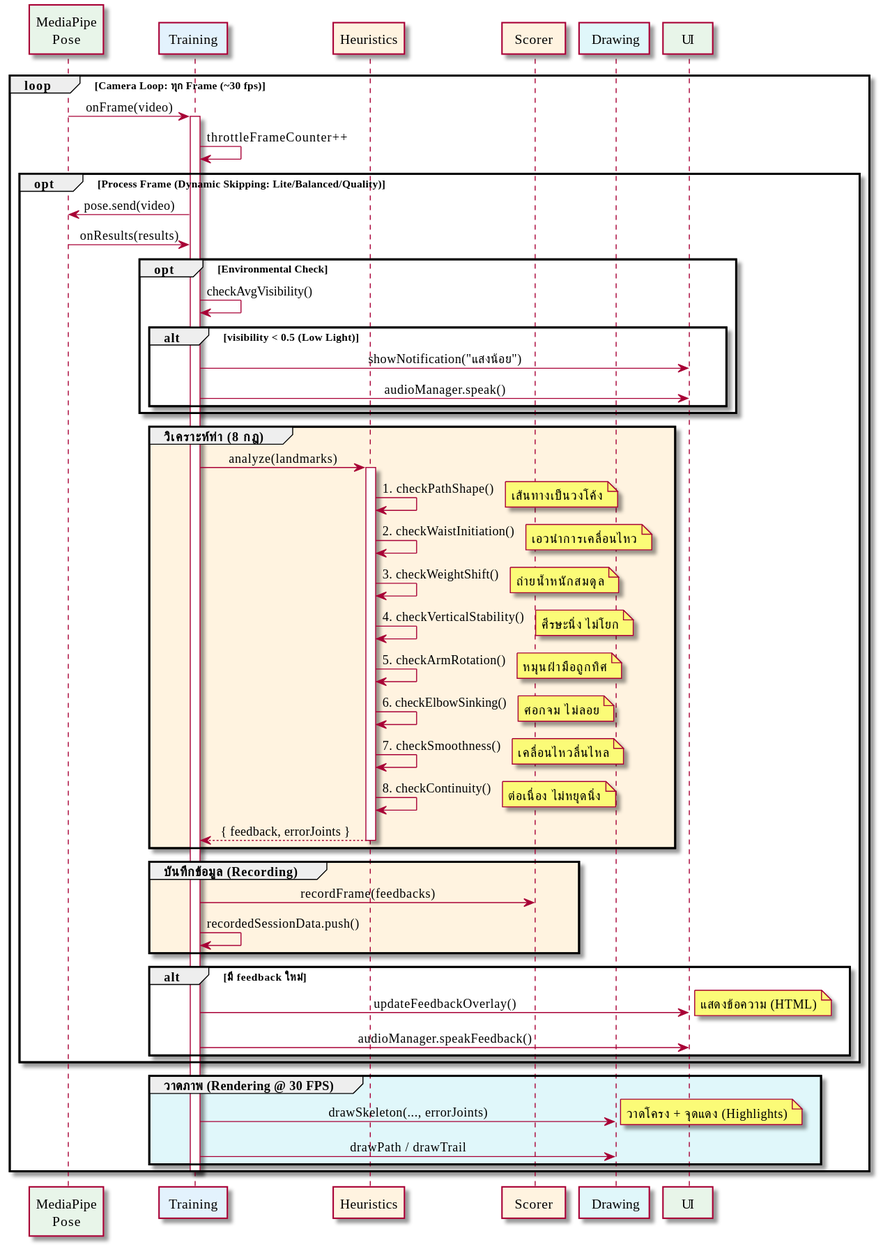
Earlier version of the PlantUML export out/docs/diagrams/SequenceDiagram_RealtimeAnalysis/SequenceDiagram_RealtimeAnalysis.svg (vyut/TaijiFlow).
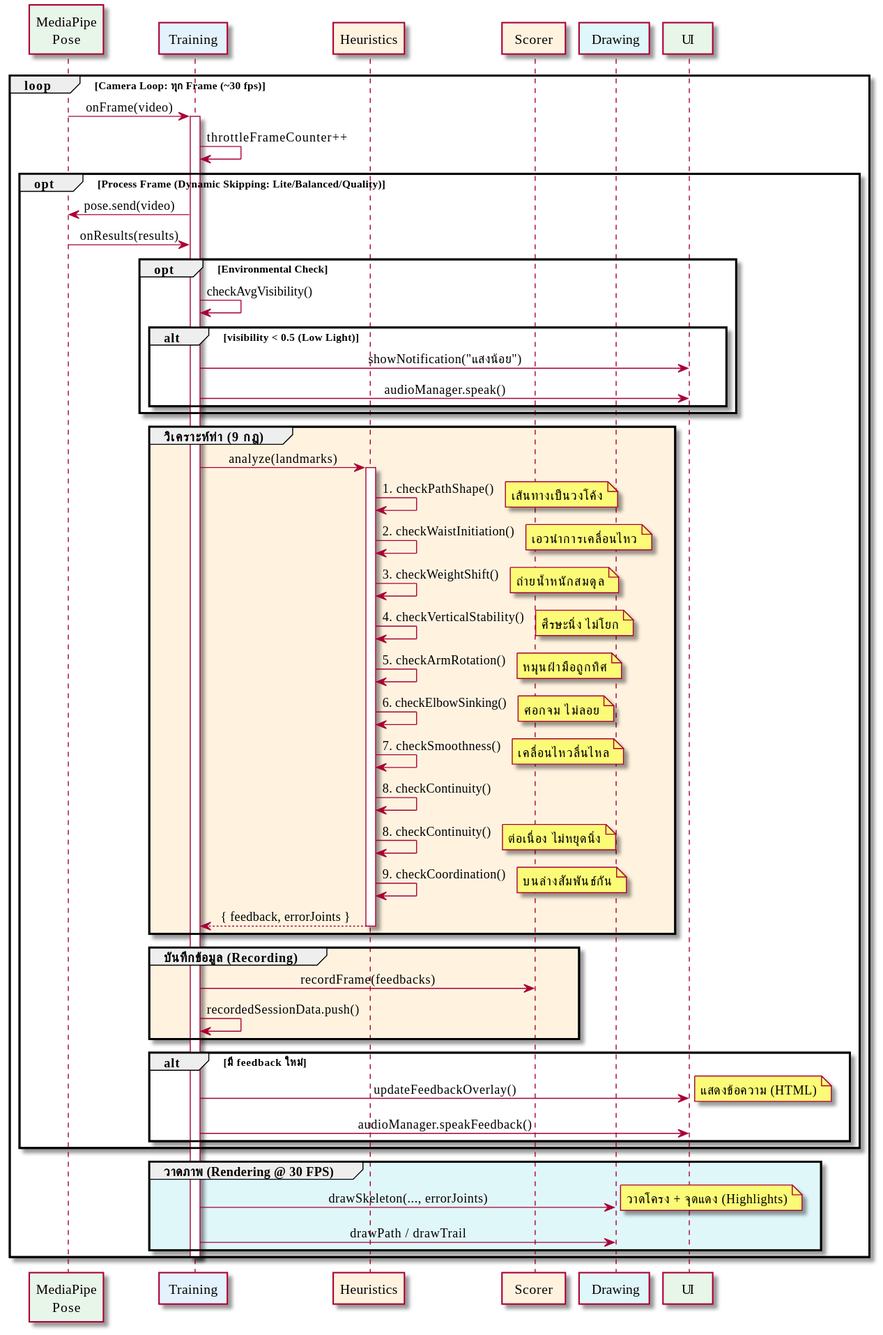
Later version of the same file.

The edit, as a diff of the source:
```diff
@@ -30,7 +30,7 @@
             end
         end
 
-        group #FFF3E0 วิเคราะห์ท่า (8 กฎ)
+        group #FFF3E0 วิเคราะห์ท่า (9 กฎ)
             Training -> Heuristics : analyze(landmarks)
             activate Heuristics
 
@@ -56,7 +56,11 @@
             note right: เคลื่อนไหวลื่นไหล
 
             Heuristics -> Heuristics : 8. checkContinuity()
+            Heuristics -> Heuristics : 8. checkContinuity()
             note right: ต่อเนื่อง ไม่หยุดนิ่ง
+
+            Heuristics -> Heuristics : 9. checkCoordination()
+            note right: บนล่างสัมพันธ์กัน
 
             Heuristics --> Training : { feedback, errorJoints }
             deactivate Heuristics
```
